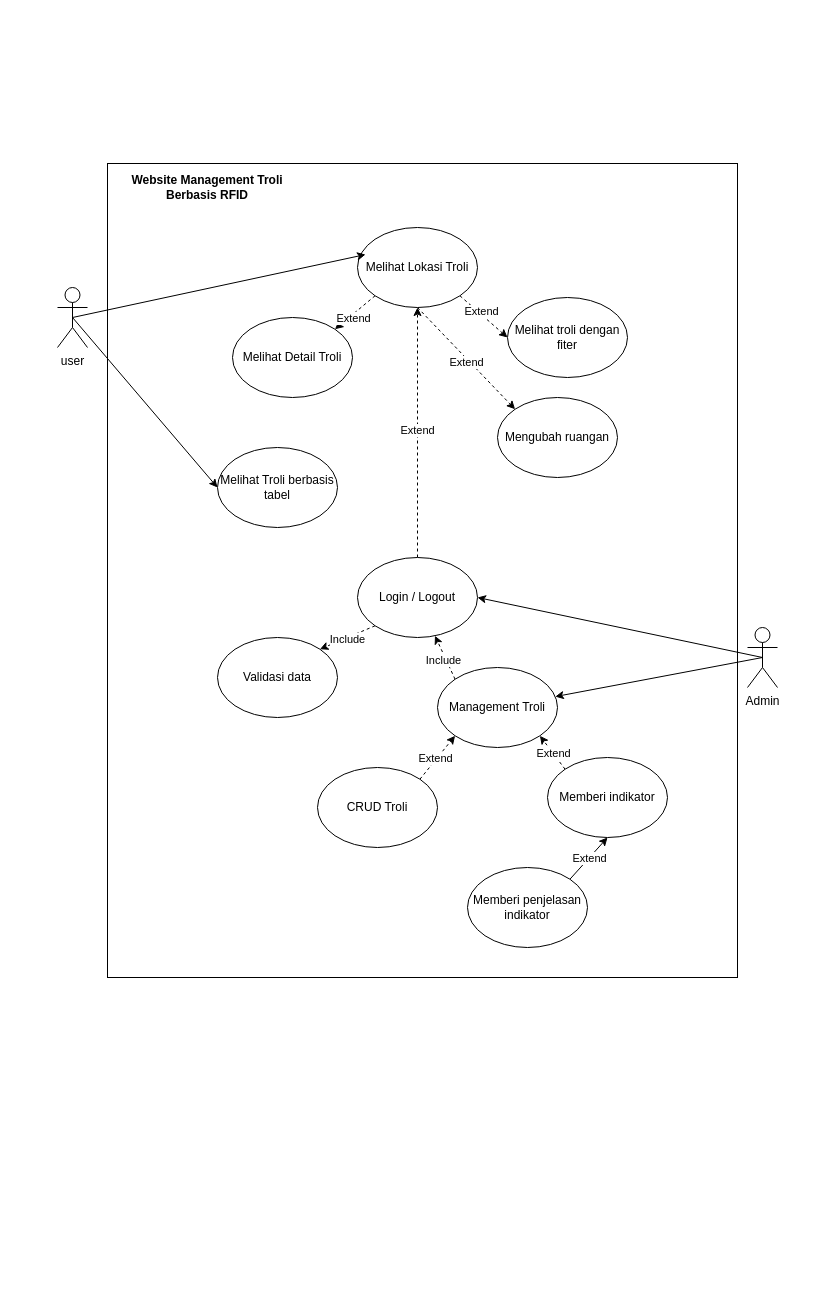
Before: RFID.drawio in rajendrazero/sertifikat, a draw.io diagram. Source tidied: cells renumbered, new cells numbered last; positions are measured from the earlier drawing's top-left corner, leaving out a move shared by most shapes. Both pictures are drawn from the tidied source at 100%, with x=0, y=0 at pixel (57, 163).
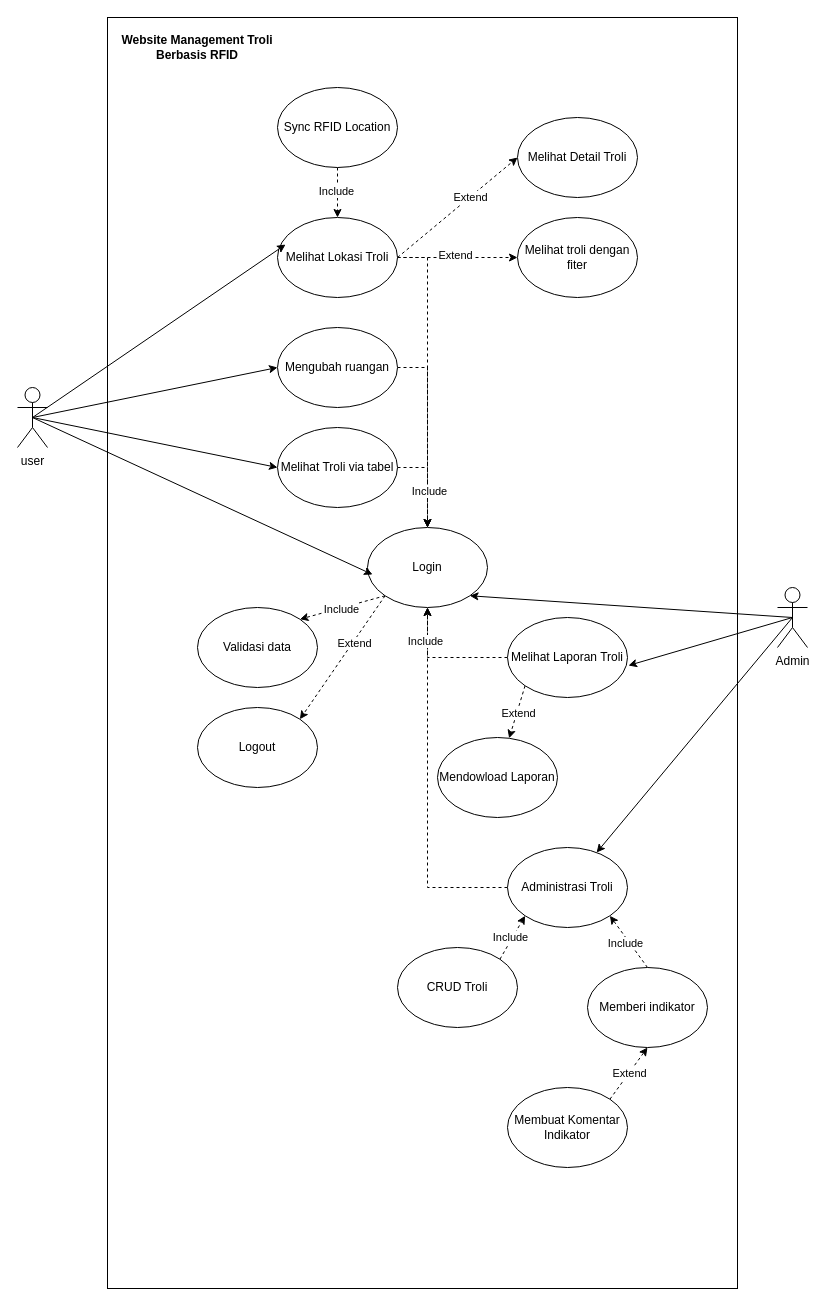
Above is the later version.

Unchanged cells that the change refers to:
```xml
<mxCell id="30" style="rounded=0;jettySize=auto;html=1;exitX=1;exitY=0;exitDx=0;exitDy=0;entryX=0;entryY=1;entryDx=0;entryDy=0;dashed=1;" parent="1" edge="1" source="32" target="29">
  <mxGeometry relative="1" as="geometry" />
</mxCell>
```

The edit, as a diff of the source:
```diff
@@
     <mxCell id="2" style="rounded=0;whiteSpace=wrap;html=1;" parent="1" vertex="1">
-      <mxGeometry x="50" width="630" height="814" as="geometry" />
+      <mxGeometry x="50" y="-146" width="630" height="1271" as="geometry" />
     </mxCell>
@@
+    <mxCell id="39" style="rounded=0;jettySize=auto;html=1;exitX=0.5;exitY=0.5;exitDx=0;exitDy=0;exitPerimeter=0;entryX=0;entryY=0.5;entryDx=0;entryDy=0;" parent="1" edge="1" source="4" target="20">
+      <mxGeometry relative="1" as="geometry" />
+    </mxCell>
     <mxCell id="4" value="user" style="shape=umlActor;verticalLabelPosition=bottom;verticalAlign=top;html=1;outlineConnect=0;" parent="1" vertex="1">
-      <mxGeometry y="124" width="30" height="60" as="geometry" />
+      <mxGeometry x="-40" y="224" width="30" height="60" as="geometry" />
     </mxCell>
+    <mxCell id="7" style="rounded=0;jettySize=auto;html=1;exitX=1;exitY=0.5;exitDx=0;exitDy=0;entryX=0;entryY=0.5;entryDx=0;entryDy=0;dashed=1;" parent="1" edge="1" source="11" target="13">
+      <mxGeometry relative="1" as="geometry" />
+    </mxCell>
+    <mxCell id="40" value="Extend" style="edgeLabel;html=1;align=center;verticalAlign=middle;" parent="7" vertex="1">
+      <mxGeometry x="0.2" relative="1" as="geometry" />
+    </mxCell>
-    <mxCell id="5" style="rounded=0;jettySize=auto;html=1;exitX=1;exitY=1;exitDx=0;exitDy=0;entryX=0;entryY=0.5;entryDx=0;entryDy=0;dashed=1;" parent="1" edge="1" source="11" target="15">
+    <mxCell id="5" style="rounded=0;jettySize=auto;html=1;exitX=1;exitY=0.5;exitDx=0;exitDy=0;dashed=1;" parent="1" edge="1" source="11" target="15">
       <mxGeometry relative="1" as="geometry" />
     </mxCell>
-    <mxCell id="6" value="Extend" style="edgeLabel;html=1;align=center;verticalAlign=middle;" parent="5" vertex="1">
-      <mxGeometry x="-0.17" y="2" relative="1" as="geometry" />
-    </mxCell>
-    <mxCell id="7" style="rounded=0;jettySize=auto;html=1;exitX=0;exitY=1;exitDx=0;exitDy=0;entryX=1;entryY=0;entryDx=0;entryDy=0;dashed=1;" parent="1" edge="1" source="11" target="13">
-      <mxGeometry relative="1" as="geometry" />
-    </mxCell>
-    <mxCell id="8" value="Extend" style="edgeLabel;html=1;align=center;verticalAlign=middle;" parent="7" vertex="1">
-      <mxGeometry x="0.17" y="3" relative="1" as="geometry" />
-    </mxCell>
-    <mxCell id="9" style="rounded=0;jettySize=auto;html=1;exitX=0.5;exitY=1;exitDx=0;exitDy=0;entryX=0;entryY=0;entryDx=0;entryDy=0;dashed=1;" parent="1" edge="1" source="11" target="20">
-      <mxGeometry relative="1" as="geometry" />
-    </mxCell>
-    <mxCell id="10" value="Extend" style="edgeLabel;html=1;align=center;verticalAlign=middle;" parent="9" vertex="1">
-      <mxGeometry x="0.04" y="-3" relative="1" as="geometry" />
-    </mxCell>
+    <mxCell id="41" value="Extend" style="edgeLabel;html=1;align=center;verticalAlign=middle;" parent="5" vertex="1">
+      <mxGeometry x="-0.05" y="3" relative="1" as="geometry" />
+    </mxCell>
+    <mxCell id="42" style="edgeStyle=orthogonalEdgeStyle;rounded=0;jettySize=auto;html=1;exitX=1;exitY=0.5;exitDx=0;exitDy=0;dashed=1;" parent="1" edge="1" source="11" target="25">
+      <mxGeometry relative="1" as="geometry" />
+    </mxCell>
     <mxCell id="11" value="Melihat Lokasi Troli" style="ellipse;whiteSpace=wrap;html=1;" parent="1" vertex="1">
-      <mxGeometry x="300" y="64" width="120" height="80" as="geometry" />
+      <mxGeometry x="220" y="54" width="120" height="80" as="geometry" />
     </mxCell>
     <mxCell id="12" value="Website Management Troli Berbasis RFID" style="text;html=1;align=center;verticalAlign=middle;whiteSpace=wrap;rounded=0;fontStyle=1;" parent="1" vertex="1">
-      <mxGeometry x="50" y="4" width="200" height="40" as="geometry" />
+      <mxGeometry x="40" y="-136" width="200" height="40" as="geometry" />
     </mxCell>
     <mxCell id="13" value="Melihat Detail Troli" style="ellipse;whiteSpace=wrap;html=1;" parent="1" vertex="1">
-      <mxGeometry x="175" y="154" width="120" height="80" as="geometry" />
+      <mxGeometry x="460" y="-46" width="120" height="80" as="geometry" />
     </mxCell>
+    <mxCell id="43" style="edgeStyle=orthogonalEdgeStyle;rounded=0;jettySize=auto;html=1;exitX=1;exitY=0.5;exitDx=0;exitDy=0;dashed=1;" parent="1" edge="1" source="14" target="25">
+      <mxGeometry relative="1" as="geometry" />
+    </mxCell>
-    <mxCell id="14" value="Melihat Troli berbasis tabel" style="ellipse;whiteSpace=wrap;html=1;" parent="1" vertex="1">
-      <mxGeometry x="160" y="284" width="120" height="80" as="geometry" />
+    <mxCell id="14" value="Melihat Troli via tabel" style="ellipse;whiteSpace=wrap;html=1;" parent="1" vertex="1">
+      <mxGeometry x="220" y="264" width="120" height="80" as="geometry" />
     </mxCell>
     <mxCell id="15" value="Melihat troli dengan fiter" style="ellipse;whiteSpace=wrap;html=1;" parent="1" vertex="1">
-      <mxGeometry x="450" y="134" width="120" height="80" as="geometry" />
+      <mxGeometry x="460" y="54" width="120" height="80" as="geometry" />
     </mxCell>
@@
+    <mxCell id="18" style="rounded=0;jettySize=auto;html=1;exitX=0.5;exitY=0.5;exitDx=0;exitDy=0;exitPerimeter=0;" parent="1" edge="1" source="19" target="29">
+      <mxGeometry relative="1" as="geometry" />
+    </mxCell>
-    <mxCell id="17" style="rounded=0;jettySize=auto;html=1;exitX=0.5;exitY=0.5;exitDx=0;exitDy=0;exitPerimeter=0;entryX=1;entryY=0.5;entryDx=0;entryDy=0;" parent="1" edge="1" source="19" target="25">
+    <mxCell id="17" style="rounded=0;jettySize=auto;html=1;exitX=0.5;exitY=0.5;exitDx=0;exitDy=0;exitPerimeter=0;entryX=1;entryY=1;entryDx=0;entryDy=0;" parent="1" edge="1" source="19" target="25">
       <mxGeometry relative="1" as="geometry" />
     </mxCell>
-    <mxCell id="18" style="rounded=0;jettySize=auto;html=1;exitX=0.5;exitY=0.5;exitDx=0;exitDy=0;exitPerimeter=0;" parent="1" edge="1" source="19" target="29">
-      <mxGeometry relative="1" as="geometry" />
-    </mxCell>
     <mxCell id="19" value="Admin" style="shape=umlActor;verticalLabelPosition=bottom;verticalAlign=top;html=1;outlineConnect=0;" parent="1" vertex="1">
-      <mxGeometry x="690" y="464" width="30" height="60" as="geometry" />
+      <mxGeometry x="720" y="424" width="30" height="60" as="geometry" />
     </mxCell>
+    <mxCell id="44" style="edgeStyle=orthogonalEdgeStyle;rounded=0;jettySize=auto;html=1;exitX=1;exitY=0.5;exitDx=0;exitDy=0;dashed=1;" parent="1" edge="1" source="20" target="25">
+      <mxGeometry relative="1" as="geometry" />
+    </mxCell>
+    <mxCell id="45" value="Include" style="edgeLabel;html=1;align=center;verticalAlign=middle;" parent="44" vertex="1">
+      <mxGeometry x="0.61" y="1" relative="1" as="geometry" />
+    </mxCell>
     <mxCell id="20" value="Mengubah ruangan" style="ellipse;whiteSpace=wrap;html=1;" parent="1" vertex="1">
-      <mxGeometry x="440" y="234" width="120" height="80" as="geometry" />
+      <mxGeometry x="220" y="164" width="120" height="80" as="geometry" />
     </mxCell>
@@
-    <mxCell id="23" style="edgeStyle=orthogonalEdgeStyle;rounded=0;jettySize=auto;html=1;exitX=0.5;exitY=0;exitDx=0;exitDy=0;dashed=1;" parent="1" edge="1" source="25" target="11">
-      <mxGeometry relative="1" as="geometry" />
-    </mxCell>
-    <mxCell id="24" value="Extend" style="edgeLabel;html=1;align=center;verticalAlign=middle;" parent="23" vertex="1">
-      <mxGeometry x="0.02" y="1" relative="1" as="geometry" />
-    </mxCell>
+    <mxCell id="46" style="rounded=0;jettySize=auto;html=1;exitX=0;exitY=1;exitDx=0;exitDy=0;entryX=1;entryY=0;entryDx=0;entryDy=0;dashed=1;" parent="1" edge="1" source="25" target="53">
+      <mxGeometry relative="1" as="geometry" />
+    </mxCell>
+    <mxCell id="47" value="Extend" style="edgeLabel;html=1;align=center;verticalAlign=middle;" parent="46" vertex="1">
+      <mxGeometry x="-0.24" y="1" relative="1" as="geometry" />
+    </mxCell>
-    <mxCell id="25" value="Login / Logout" style="ellipse;whiteSpace=wrap;html=1;" parent="1" vertex="1">
-      <mxGeometry x="300" y="394" width="120" height="80" as="geometry" />
+    <mxCell id="25" value="Login" style="ellipse;whiteSpace=wrap;html=1;" parent="1" vertex="1">
+      <mxGeometry x="310" y="364" width="120" height="80" as="geometry" />
     </mxCell>
     <mxCell id="26" value="Validasi data" style="ellipse;whiteSpace=wrap;html=1;" parent="1" vertex="1">
-      <mxGeometry x="160" y="474" width="120" height="80" as="geometry" />
+      <mxGeometry x="140" y="444" width="120" height="80" as="geometry" />
     </mxCell>
-    <mxCell id="27" style="rounded=0;jettySize=auto;html=1;exitX=0;exitY=0;exitDx=0;exitDy=0;dashed=1;" parent="1" edge="1" source="29" target="25">
+    <mxCell id="27" style="edgeStyle=orthogonalEdgeStyle;rounded=0;jettySize=auto;html=1;exitX=0;exitY=0.5;exitDx=0;exitDy=0;dashed=1;" parent="1" edge="1" source="29" target="25">
       <mxGeometry relative="1" as="geometry" />
     </mxCell>
-    <mxCell id="28" value="Include" style="edgeLabel;html=1;align=center;verticalAlign=middle;" parent="27" vertex="1">
-      <mxGeometry x="-0.03" y="3" relative="1" as="geometry" />
-    </mxCell>
-    <mxCell id="29" value="Management Troli" style="ellipse;whiteSpace=wrap;html=1;" parent="1" vertex="1">
-      <mxGeometry x="380" y="504" width="120" height="80" as="geometry" />
+    <mxCell id="29" value="Administrasi Troli" style="ellipse;whiteSpace=wrap;html=1;" parent="1" vertex="1">
+      <mxGeometry x="450" y="684" width="120" height="80" as="geometry" />
     </mxCell>
@@
-    <mxCell id="31" value="Extend" style="edgeLabel;html=1;align=center;verticalAlign=middle;" parent="30" vertex="1">
+    <mxCell id="31" value="Include" style="edgeLabel;html=1;align=center;verticalAlign=middle;" parent="30" vertex="1">
       <mxGeometry x="-0.06" y="2" relative="1" as="geometry" />
     </mxCell>
     <mxCell id="32" value="CRUD Troli" style="ellipse;whiteSpace=wrap;html=1;" parent="1" vertex="1">
-      <mxGeometry x="260" y="604" width="120" height="80" as="geometry" />
+      <mxGeometry x="340" y="784" width="120" height="80" as="geometry" />
     </mxCell>
-    <mxCell id="33" style="rounded=0;jettySize=auto;html=1;exitX=0;exitY=0;exitDx=0;exitDy=0;entryX=1;entryY=1;entryDx=0;entryDy=0;dashed=1;" parent="1" edge="1" source="35" target="29">
+    <mxCell id="33" style="rounded=0;jettySize=auto;html=1;exitX=0.5;exitY=0;exitDx=0;exitDy=0;entryX=1;entryY=1;entryDx=0;entryDy=0;dashed=1;" parent="1" edge="1" source="35" target="29">
       <mxGeometry relative="1" as="geometry" />
     </mxCell>
-    <mxCell id="34" value="Extend" style="edgeLabel;html=1;align=center;verticalAlign=middle;" parent="33" vertex="1">
-      <mxGeometry x="-0.05" relative="1" as="geometry" />
-    </mxCell>
+    <mxCell id="48" value="Include" style="edgeLabel;html=1;align=center;verticalAlign=middle;" parent="33" vertex="1">
+      <mxGeometry x="0.03" y="4" relative="1" as="geometry" />
+    </mxCell>
     <mxCell id="35" value="Memberi indikator" style="ellipse;whiteSpace=wrap;html=1;" parent="1" vertex="1">
-      <mxGeometry x="490" y="594" width="120" height="80" as="geometry" />
+      <mxGeometry x="530" y="804" width="120" height="80" as="geometry" />
     </mxCell>
-    <mxCell id="36" style="rounded=0;jettySize=auto;html=1;exitX=1;exitY=0;exitDx=0;exitDy=0;entryX=0.5;entryY=1;entryDx=0;entryDy=0;" parent="1" edge="1" source="38" target="35">
+    <mxCell id="36" style="rounded=0;jettySize=auto;html=1;exitX=1;exitY=0;exitDx=0;exitDy=0;entryX=0.5;entryY=1;entryDx=0;entryDy=0;dashed=1;" parent="1" edge="1" source="38" target="35">
       <mxGeometry relative="1" as="geometry" />
     </mxCell>
@@
-    <mxCell id="38" value="Memberi penjelasan indikator" style="ellipse;whiteSpace=wrap;html=1;" parent="1" vertex="1">
-      <mxGeometry x="410" y="704" width="120" height="80" as="geometry" />
+    <mxCell id="38" value="Membuat Komentar Indikator" style="ellipse;whiteSpace=wrap;html=1;" parent="1" vertex="1">
+      <mxGeometry x="450" y="924" width="120" height="80" as="geometry" />
     </mxCell>
+    <mxCell id="49" style="edgeStyle=orthogonalEdgeStyle;rounded=0;jettySize=auto;html=1;exitX=0.5;exitY=1;exitDx=0;exitDy=0;dashed=1;" parent="1" edge="1" source="51" target="11">
+      <mxGeometry relative="1" as="geometry" />
+    </mxCell>
+    <mxCell id="50" value="Include" style="edgeLabel;html=1;align=center;verticalAlign=middle;" parent="49" vertex="1">
+      <mxGeometry x="-0.08" y="-2" relative="1" as="geometry" />
+    </mxCell>
+    <mxCell id="51" value="Sync RFID Location" style="ellipse;whiteSpace=wrap;html=1;" parent="1" vertex="1">
+      <mxGeometry x="220" y="-76" width="120" height="80" as="geometry" />
+    </mxCell>
+    <mxCell id="52" style="rounded=0;jettySize=auto;html=1;exitX=0.5;exitY=0.5;exitDx=0;exitDy=0;exitPerimeter=0;entryX=0.042;entryY=0.588;entryDx=0;entryDy=0;entryPerimeter=0;" parent="1" edge="1" source="4" target="25">
+      <mxGeometry relative="1" as="geometry" />
+    </mxCell>
+    <mxCell id="53" value="Logout" style="ellipse;whiteSpace=wrap;html=1;" parent="1" vertex="1">
+      <mxGeometry x="140" y="544" width="120" height="80" as="geometry" />
+    </mxCell>
+    <mxCell id="54" style="edgeStyle=orthogonalEdgeStyle;rounded=0;jettySize=auto;html=1;exitX=0;exitY=0.5;exitDx=0;exitDy=0;dashed=1;" parent="1" edge="1" source="58" target="25">
+      <mxGeometry relative="1" as="geometry" />
+    </mxCell>
+    <mxCell id="55" value="Include" style="edgeLabel;html=1;align=center;verticalAlign=middle;" parent="54" vertex="1">
+      <mxGeometry x="0.49" y="3" relative="1" as="geometry" />
+    </mxCell>
+    <mxCell id="56" style="rounded=0;jettySize=auto;html=1;exitX=0;exitY=1;exitDx=0;exitDy=0;dashed=1;" parent="1" edge="1" source="58" target="59">
+      <mxGeometry relative="1" as="geometry" />
+    </mxCell>
+    <mxCell id="57" value="Extend" style="edgeLabel;html=1;align=center;verticalAlign=middle;" parent="56" vertex="1">
+      <mxGeometry x="0.02" y="1" relative="1" as="geometry" />
+    </mxCell>
+    <mxCell id="58" value="Melihat Laporan Troli" style="ellipse;whiteSpace=wrap;html=1;" parent="1" vertex="1">
+      <mxGeometry x="450" y="454" width="120" height="80" as="geometry" />
+    </mxCell>
+    <mxCell id="59" value="Mendowload Laporan" style="ellipse;whiteSpace=wrap;html=1;" parent="1" vertex="1">
+      <mxGeometry x="380" y="574" width="120" height="80" as="geometry" />
+    </mxCell>
+    <mxCell id="60" style="rounded=0;jettySize=auto;html=1;exitX=0.5;exitY=0.5;exitDx=0;exitDy=0;exitPerimeter=0;entryX=1.008;entryY=0.6;entryDx=0;entryDy=0;entryPerimeter=0;" parent="1" edge="1" source="19" target="58">
+      <mxGeometry relative="1" as="geometry" />
+    </mxCell>
```
